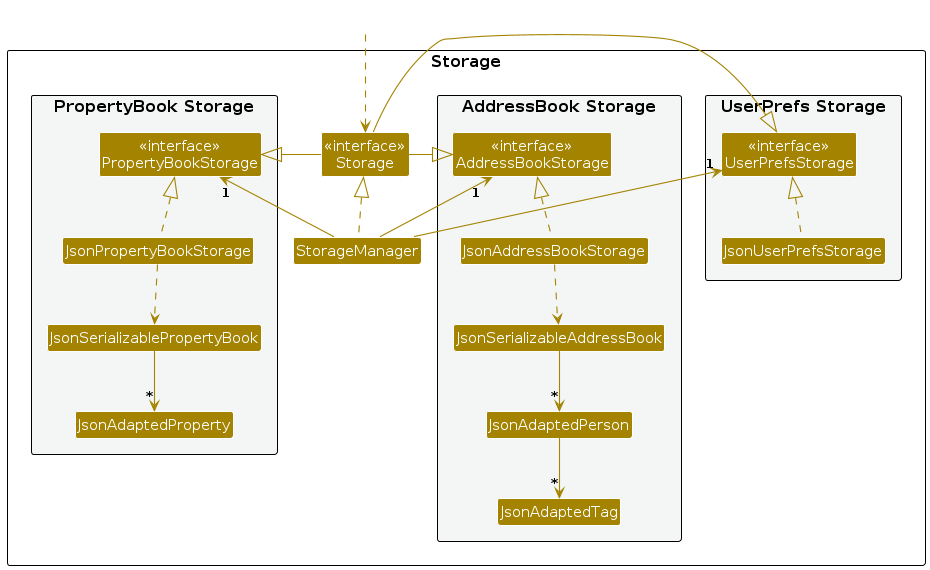
The PlantUML diagram diagrams/StorageClassDiagram.png in AY2425S1-CS2103T-T16-2/tp, before a commit. Its source is kept beside it as diagrams/StorageClassDiagram.puml.
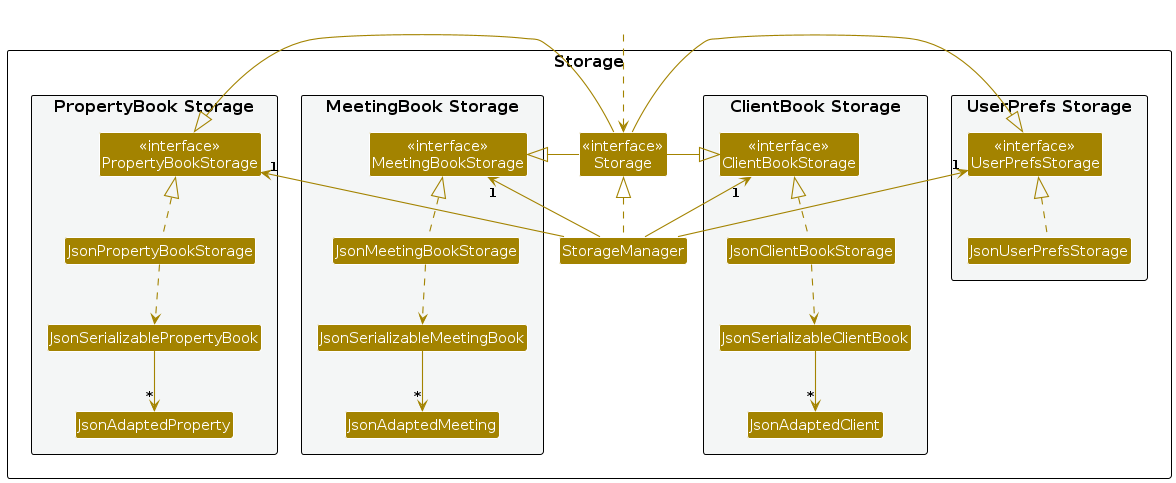
The same file after the commit.

Diff of the diagram source:
```diff
@@ -14,12 +14,18 @@
 Class "<<interface>>\nStorage" as Storage
 Class StorageManager
 
-package "AddressBook Storage" #F4F6F6{
-Class "<<interface>>\nAddressBookStorage" as AddressBookStorage
-Class JsonAddressBookStorage
-Class JsonSerializableAddressBook
-Class JsonAdaptedPerson
-Class JsonAdaptedTag
+package "ClientBook Storage" #F4F6F6{
+Class "<<interface>>\nClientBookStorage" as ClientBookStorage
+Class JsonClientBookStorage
+Class JsonSerializableClientBook
+Class JsonAdaptedClient
+}
+
+package "MeetingBook Storage" #F4F6F6{
+Class "<<interface>>\nMeetingBookStorage" as MeetingBookStorage
+Class JsonMeetingBookStorage
+Class JsonSerializableMeetingBook
+Class JsonAdaptedMeeting
 }
 
 package "PropertyBook Storage" #F4F6F6{
@@ -36,18 +42,23 @@
 
 StorageManager .up.|> Storage
 StorageManager -up-> "1" UserPrefsStorage
-StorageManager -up-> "1" AddressBookStorage
+StorageManager -up-> "1" ClientBookStorage
+StorageManager -up-> "1" MeetingBookStorage
 StorageManager -up-> "1" PropertyBookStorage
 
 Storage -left-|> UserPrefsStorage
-Storage -right-|> AddressBookStorage
+Storage -right-|> ClientBookStorage
+Storage -right-|> MeetingBookStorage
 Storage -right-|> PropertyBookStorage
 
 JsonUserPrefsStorage .up.|> UserPrefsStorage
-JsonAddressBookStorage .up.|> AddressBookStorage
-JsonAddressBookStorage ..> JsonSerializableAddressBook
-JsonSerializableAddressBook --> "*" JsonAdaptedPerson
-JsonAdaptedPerson --> "*" JsonAdaptedTag
+JsonClientBookStorage .up.|> ClientBookStorage
+JsonClientBookStorage ..> JsonSerializableClientBook
+JsonSerializableClientBook --> "*" JsonAdaptedClient
+
+JsonMeetingBookStorage .up.|> MeetingBookStorage
+JsonMeetingBookStorage ..> JsonSerializableMeetingBook
+JsonSerializableMeetingBook --> "*" JsonAdaptedMeeting
 
 JsonPropertyBookStorage .up.|> PropertyBookStorage
 JsonPropertyBookStorage ..> JsonSerializablePropertyBook
```
